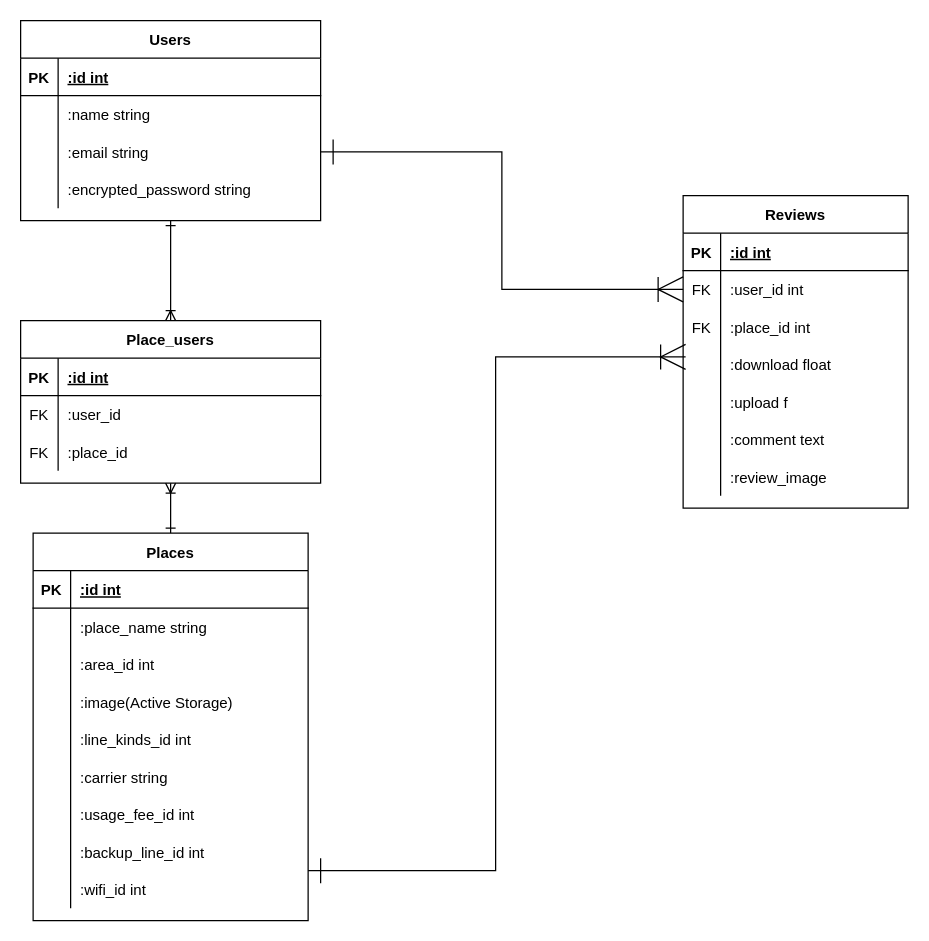
This is ER.dio from Kurikoko/evels-review, a draw.io file, before an edit. Source tidied: cells renumbered, new cells numbered last; positions are measured from the earlier drawing's top-left corner, leaving out a move shared by most shapes. Both pictures are drawn from the tidied source at 125%, with x=0, y=0 at pixel (20, 20).
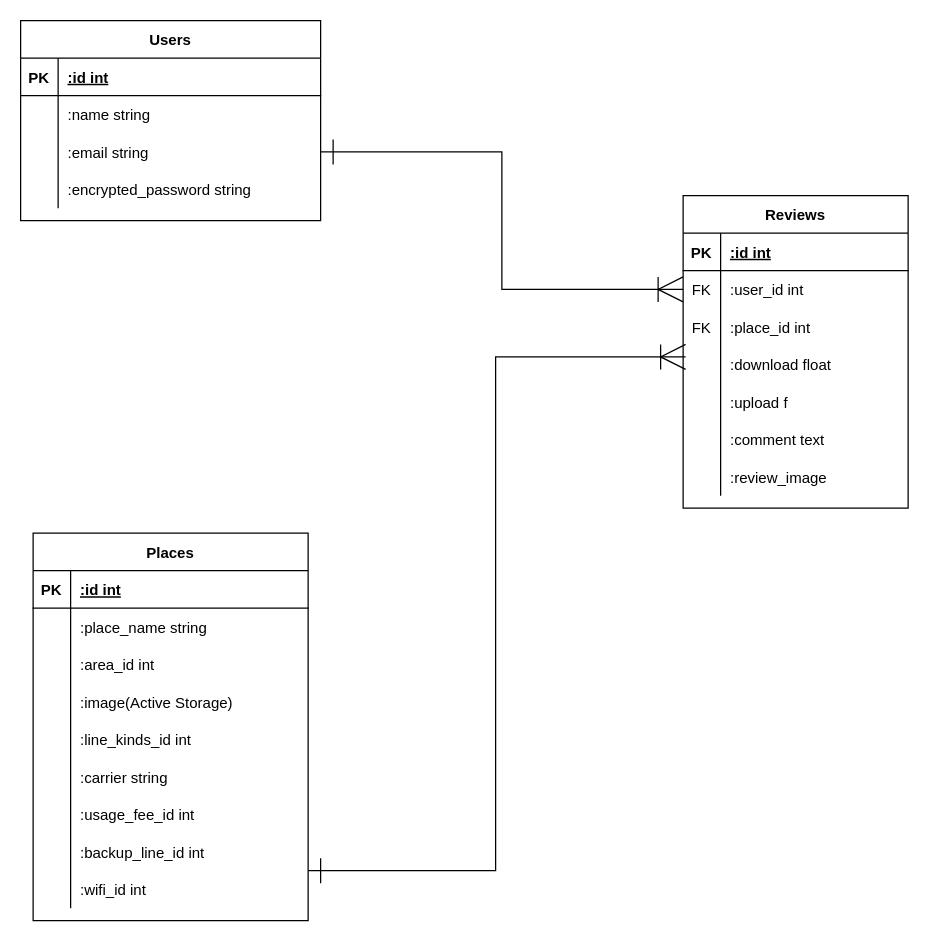
Above is the later version.

The change refers to these unchanged cells:
```xml
<mxCell id="2" value="Users" style="shape=table;startSize=30;childLayout=tableLayout;rowLines=0;fontStyle=1;align=center;" parent="1" vertex="1">
  <mxGeometry width="240" height="160" as="geometry" />
</mxCell>
<mxCell id="39" value="Places" style="shape=table;startSize=30;childLayout=tableLayout;rowLines=0;fontStyle=1;align=center;" parent="1" vertex="1">
  <mxGeometry x="10" y="410" width="220" height="310" as="geometry" />
</mxCell>
```

The edit, as a diff of the source:
```diff
@@
-    <mxCell id="38" style="edgeStyle=orthogonalEdgeStyle;rounded=0;jettySize=auto;html=1;exitX=0.5;exitY=0;exitDx=0;exitDy=0;entryX=0.5;entryY=1;entryDx=0;entryDy=0;startArrow=ERone;startFill=0;endArrow=ERoneToMany;endFill=0;" parent="1" edge="1" source="39" target="69">
-      <mxGeometry relative="1" as="geometry" />
-    </mxCell>
@@
-    <mxCell id="68" style="edgeStyle=orthogonalEdgeStyle;rounded=0;jettySize=auto;html=1;entryX=0.5;entryY=1;entryDx=0;entryDy=0;startArrow=ERoneToMany;startFill=0;endArrow=ERone;endFill=0;" parent="1" edge="1" source="69" target="2">
-      <mxGeometry relative="1" as="geometry" />
-    </mxCell>
-    <mxCell id="69" value="Place_users" style="shape=table;startSize=30;childLayout=tableLayout;rowLines=0;fontStyle=1;align=center;" parent="1" vertex="1">
-      <mxGeometry y="240" width="240" height="130" as="geometry" />
-    </mxCell>
-    <mxCell id="70" style="shape=partialRectangle;fillColor=none;top=0;left=0;bottom=1;right=0;" parent="69" vertex="1">
-      <mxGeometry y="30" width="240" height="30" as="geometry" />
-    </mxCell>
-    <mxCell id="71" value="PK" style="shape=partialRectangle;fillColor=none;top=0;left=0;bottom=0;right=0;fontStyle=1;overflow=hidden;" parent="70" vertex="1">
-      <mxGeometry width="30" height="30" as="geometry" />
-    </mxCell>
-    <mxCell id="72" value=":id int" style="shape=partialRectangle;fillColor=none;top=0;left=0;bottom=0;right=0;align=left;spacingLeft=6;fontStyle=5;overflow=hidden;" parent="70" vertex="1">
-      <mxGeometry x="30" width="210" height="30" as="geometry" />
-    </mxCell>
-    <mxCell id="73" style="shape=partialRectangle;fillColor=none;top=0;left=0;bottom=0;right=0;" parent="69" vertex="1">
-      <mxGeometry y="60" width="240" height="30" as="geometry" />
-    </mxCell>
-    <mxCell id="74" value="FK" style="shape=partialRectangle;fillColor=none;top=0;left=0;bottom=0;right=0;overflow=hidden;" parent="73" vertex="1">
-      <mxGeometry width="30" height="30" as="geometry" />
-    </mxCell>
-    <mxCell id="75" value=":user_id" style="shape=partialRectangle;fillColor=none;top=0;left=0;bottom=0;right=0;align=left;spacingLeft=6;overflow=hidden;" parent="73" vertex="1">
-      <mxGeometry x="30" width="210" height="30" as="geometry" />
-    </mxCell>
-    <mxCell id="76" style="shape=partialRectangle;fillColor=none;top=0;left=0;bottom=0;right=0;" parent="69" vertex="1">
-      <mxGeometry y="90" width="240" height="30" as="geometry" />
-    </mxCell>
-    <mxCell id="77" value="FK" style="shape=partialRectangle;fillColor=none;top=0;left=0;bottom=0;right=0;overflow=hidden;" parent="76" vertex="1">
-      <mxGeometry width="30" height="30" as="geometry" />
-    </mxCell>
-    <mxCell id="78" value=":place_id" style="shape=partialRectangle;fillColor=none;top=0;left=0;bottom=0;right=0;align=left;spacingLeft=6;overflow=hidden;" parent="76" vertex="1">
-      <mxGeometry x="30" width="210" height="30" as="geometry" />
-    </mxCell>
```
